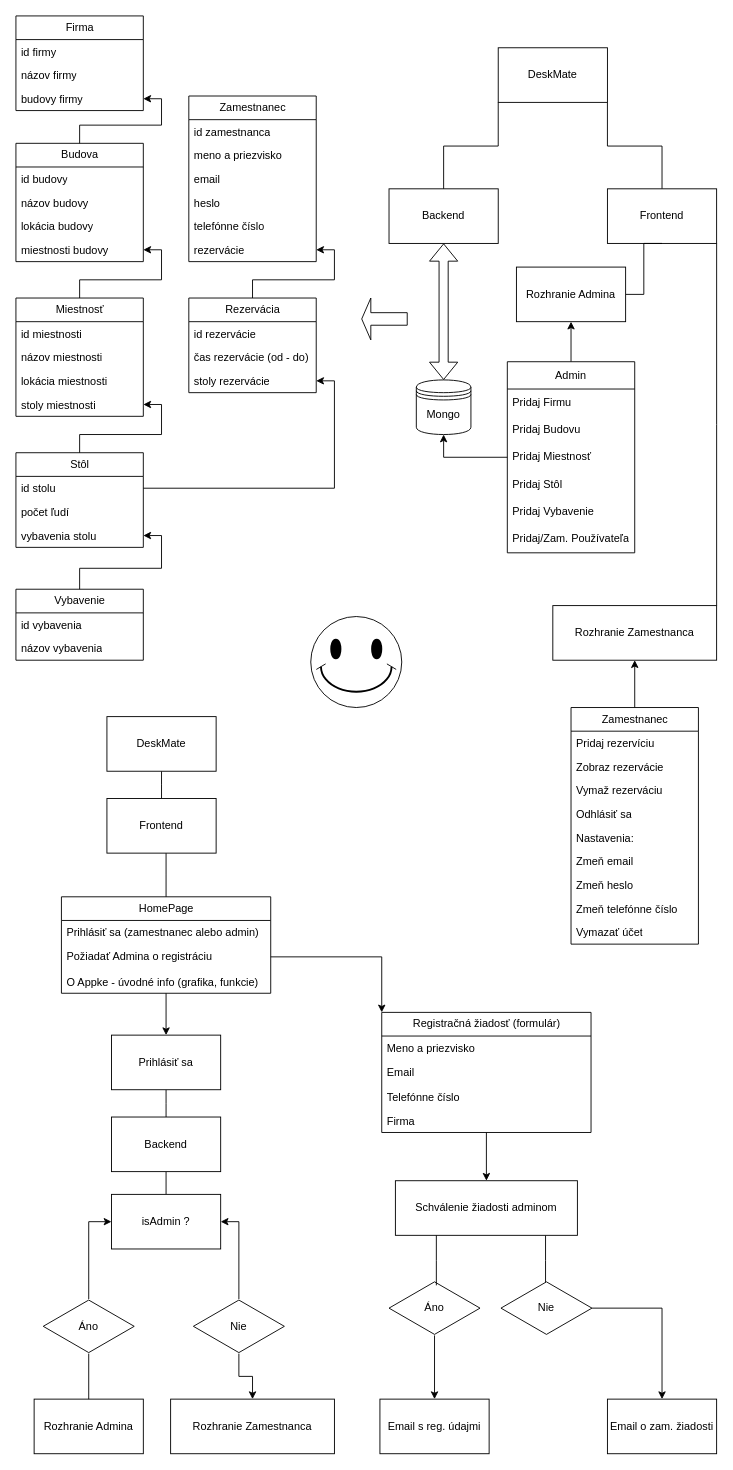
This is DeskMate.drawio from petocjshtml/DeskMate, a draw.io file, before an edit. Source tidied: cells renumbered, new cells numbered last; positions are measured from the earlier drawing's top-left corner, leaving out a move shared by most shapes. Both pictures are drawn from the tidied source at 91%, with x=0, y=0 at pixel (15, 15).
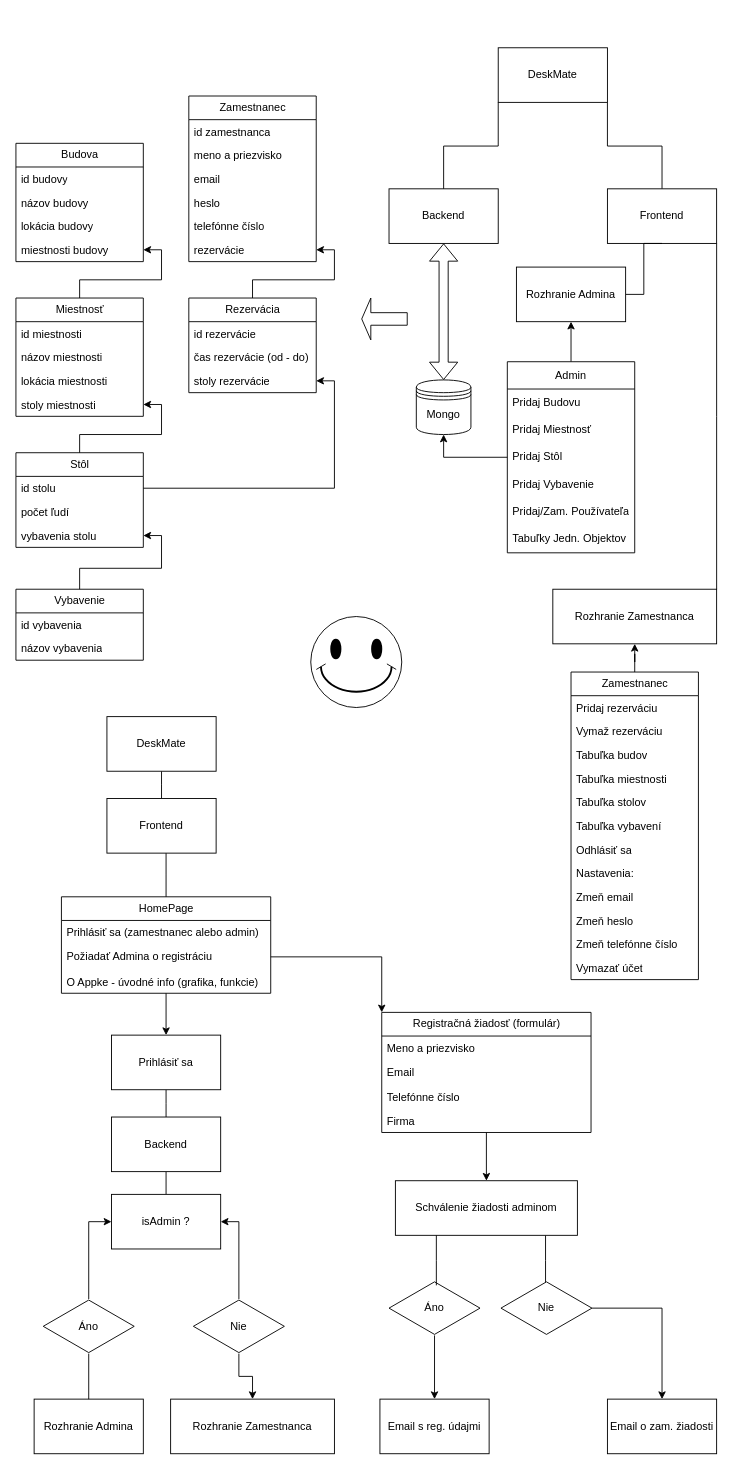
Above is the later version.

Commit message:
Update DeskMate.drawio (odstránenie firmy, pridanie tabuliek))

The change refers to these unchanged cells:
```xml
<mxCell id="4" value="Admin" style="swimlane;fontStyle=0;horizontal=1;startSize=30;whiteSpace=wrap;html=1;" parent="1" vertex="1">
  <mxGeometry x="540" y="380" width="140" height="210" as="geometry" />
</mxCell>
<mxCell id="25" value="Budova" style="swimlane;fontStyle=0;horizontal=1;startSize=26;fillColor=none;html=1;" parent="1" vertex="1">
  <mxGeometry y="140" width="140" height="130" as="geometry" />
</mxCell>
```

What changed in the source:
```diff
@@
-    <mxCell id="5" value="Pridaj Firmu" style="text;strokeColor=none;fillColor=none;align=left;verticalAlign=middle;spacingLeft=4;spacingRight=4;overflow=hidden;whiteSpace=wrap;html=1;" parent="4" vertex="1">
-      <mxGeometry y="30" width="140" height="30" as="geometry" />
-    </mxCell>
     <mxCell id="6" value="Pridaj Budovu&amp;nbsp;" style="text;strokeColor=none;fillColor=none;align=left;verticalAlign=middle;spacingLeft=4;spacingRight=4;overflow=hidden;whiteSpace=wrap;html=1;" parent="4" vertex="1">
-      <mxGeometry y="60" width="140" height="30" as="geometry" />
+      <mxGeometry y="30" width="140" height="30" as="geometry" />
     </mxCell>
     <mxCell id="7" value="Pridaj Miestnosť" style="text;strokeColor=none;fillColor=none;align=left;verticalAlign=middle;spacingLeft=4;spacingRight=4;overflow=hidden;whiteSpace=wrap;html=1;" parent="4" vertex="1">
-      <mxGeometry y="90" width="140" height="30" as="geometry" />
+      <mxGeometry y="60" width="140" height="30" as="geometry" />
     </mxCell>
     <mxCell id="8" value="Pridaj Stôl" style="text;strokeColor=none;fillColor=none;align=left;verticalAlign=middle;spacingLeft=4;spacingRight=4;overflow=hidden;whiteSpace=wrap;html=1;" parent="4" vertex="1">
-      <mxGeometry y="120" width="140" height="30" as="geometry" />
+      <mxGeometry y="90" width="140" height="30" as="geometry" />
     </mxCell>
     <mxCell id="9" value="Pridaj Vybavenie" style="text;strokeColor=none;fillColor=none;align=left;verticalAlign=middle;spacingLeft=4;spacingRight=4;overflow=hidden;whiteSpace=wrap;html=1;" parent="4" vertex="1">
-      <mxGeometry y="150" width="140" height="30" as="geometry" />
+      <mxGeometry y="120" width="140" height="30" as="geometry" />
     </mxCell>
     <mxCell id="10" value="Pridaj/Zam. Používateľa" style="text;strokeColor=none;fillColor=none;align=left;verticalAlign=middle;spacingLeft=4;spacingRight=4;overflow=hidden;whiteSpace=wrap;html=1;" parent="4" vertex="1">
-      <mxGeometry y="180" width="140" height="30" as="geometry" />
+      <mxGeometry y="150" width="140" height="30" as="geometry" />
     </mxCell>
+    <mxCell id="123" value="Tabuľky Jedn. Objektov" style="text;strokeColor=none;fillColor=none;align=left;verticalAlign=middle;spacingLeft=4;spacingRight=4;overflow=hidden;whiteSpace=wrap;html=1;" parent="4" vertex="1">
+      <mxGeometry y="180" width="140" height="30" as="geometry" />
+    </mxCell>
@@
-    <mxCell id="23" value="Firma" style="swimlane;fontStyle=0;horizontal=1;startSize=26;fillColor=none;html=1;" parent="1" vertex="1">
-      <mxGeometry width="140" height="104" as="geometry" />
-    </mxCell>
-    <mxCell id="24" style="edgeStyle=orthogonalEdgeStyle;rounded=0;jettySize=auto;html=1;" parent="1" edge="1" source="25" target="37">
-      <mxGeometry relative="1" as="geometry" />
-    </mxCell>
@@
-    <mxCell id="35" value="id firmy" style="text;strokeColor=none;fillColor=none;align=left;verticalAlign=top;spacingLeft=4;spacingRight=4;overflow=hidden;whiteSpace=wrap;html=1;" parent="1" vertex="1">
-      <mxGeometry y="26" width="140" height="26" as="geometry" />
-    </mxCell>
-    <mxCell id="36" value="názov firmy" style="text;strokeColor=none;fillColor=none;align=left;verticalAlign=top;spacingLeft=4;spacingRight=4;overflow=hidden;whiteSpace=wrap;html=1;" parent="1" vertex="1">
-      <mxGeometry y="52" width="140" height="26" as="geometry" />
-    </mxCell>
-    <mxCell id="37" value="budovy firmy" style="text;strokeColor=none;fillColor=none;align=left;verticalAlign=top;spacingLeft=4;spacingRight=4;overflow=hidden;points=[[0,0.5],[1,0.5]];portConstraint=eastwest;whiteSpace=wrap;html=1;" parent="1" vertex="1">
-      <mxGeometry y="78" width="140" height="26" as="geometry" />
-    </mxCell>
@@
     <mxCell id="64" value="Rozhranie Zamestnanca" style="whiteSpace=wrap;html=1;align=center;newEdgeStyle={&quot;edgeStyle&quot;:&quot;elbowEdgeStyle&quot;,&quot;startArrow&quot;:&quot;none&quot;,&quot;endArrow&quot;:&quot;none&quot;};" parent="1" vertex="1">
-      <mxGeometry x="590" y="648" width="180" height="60" as="geometry" />
+      <mxGeometry x="590" y="630" width="180" height="60" as="geometry" />
     </mxCell>
@@
     <mxCell id="71" value="Zamestnanec" style="swimlane;fontStyle=0;horizontal=1;startSize=26;fillColor=none;html=1;" parent="1" vertex="1">
-      <mxGeometry x="610" y="760" width="140" height="260" as="geometry" />
+      <mxGeometry x="610" y="721" width="140" height="338" as="geometry" />
     </mxCell>
-    <mxCell id="72" value="Pridaj rezervíciu" style="text;strokeColor=none;fillColor=none;align=left;verticalAlign=top;spacingLeft=4;spacingRight=4;overflow=hidden;whiteSpace=wrap;html=1;" parent="71" vertex="1">
+    <mxCell id="72" value="Pridaj rezerváciu" style="text;strokeColor=none;fillColor=none;align=left;verticalAlign=top;spacingLeft=4;spacingRight=4;overflow=hidden;whiteSpace=wrap;html=1;" parent="71" vertex="1">
       <mxGeometry y="26" width="140" height="26" as="geometry" />
     </mxCell>
+    <mxCell id="74" value="Vymaž rezerváciu" style="text;strokeColor=none;fillColor=none;align=left;verticalAlign=top;spacingLeft=4;spacingRight=4;overflow=hidden;whiteSpace=wrap;html=1;" parent="71" vertex="1">
+      <mxGeometry y="52" width="140" height="26" as="geometry" />
+    </mxCell>
-    <mxCell id="73" value="Zobraz rezervácie" style="text;strokeColor=none;fillColor=none;align=left;verticalAlign=top;spacingLeft=4;spacingRight=4;overflow=hidden;whiteSpace=wrap;html=1;" parent="71" vertex="1">
-      <mxGeometry y="52" width="140" height="26" as="geometry" />
+    <mxCell id="73" value="Tabuľka budov" style="text;strokeColor=none;fillColor=none;align=left;verticalAlign=top;spacingLeft=4;spacingRight=4;overflow=hidden;whiteSpace=wrap;html=1;" parent="71" vertex="1">
+      <mxGeometry y="78" width="140" height="26" as="geometry" />
     </mxCell>
-    <mxCell id="74" value="Vymaž rezerváciu" style="text;strokeColor=none;fillColor=none;align=left;verticalAlign=top;spacingLeft=4;spacingRight=4;overflow=hidden;whiteSpace=wrap;html=1;" parent="71" vertex="1">
-      <mxGeometry y="78" width="140" height="26" as="geometry" />
-    </mxCell>
+    <mxCell id="124" value="Tabuľka miestnosti" style="text;strokeColor=none;fillColor=none;align=left;verticalAlign=top;spacingLeft=4;spacingRight=4;overflow=hidden;whiteSpace=wrap;html=1;" parent="71" vertex="1">
+      <mxGeometry y="104" width="140" height="26" as="geometry" />
+    </mxCell>
+    <mxCell id="125" value="Tabuľka stolov" style="text;strokeColor=none;fillColor=none;align=left;verticalAlign=top;spacingLeft=4;spacingRight=4;overflow=hidden;whiteSpace=wrap;html=1;" parent="71" vertex="1">
+      <mxGeometry y="130" width="140" height="26" as="geometry" />
+    </mxCell>
+    <mxCell id="126" value="Tabuľka vybavení" style="text;strokeColor=none;fillColor=none;align=left;verticalAlign=top;spacingLeft=4;spacingRight=4;overflow=hidden;whiteSpace=wrap;html=1;" parent="71" vertex="1">
+      <mxGeometry y="156" width="140" height="26" as="geometry" />
+    </mxCell>
     <mxCell id="75" value="Odhlásiť sa" style="text;strokeColor=none;fillColor=none;align=left;verticalAlign=top;spacingLeft=4;spacingRight=4;overflow=hidden;whiteSpace=wrap;html=1;" parent="71" vertex="1">
-      <mxGeometry y="104" width="140" height="26" as="geometry" />
+      <mxGeometry y="182" width="140" height="26" as="geometry" />
     </mxCell>
     <mxCell id="76" value="Nastavenia:" style="text;strokeColor=none;fillColor=none;align=left;verticalAlign=top;spacingLeft=4;spacingRight=4;overflow=hidden;whiteSpace=wrap;html=1;" parent="71" vertex="1">
-      <mxGeometry y="130" width="140" height="26" as="geometry" />
+      <mxGeometry y="208" width="140" height="26" as="geometry" />
     </mxCell>
     <mxCell id="77" value="Zmeň email" style="text;strokeColor=none;fillColor=none;align=left;verticalAlign=top;spacingLeft=4;spacingRight=4;overflow=hidden;whiteSpace=wrap;html=1;" parent="71" vertex="1">
-      <mxGeometry y="156" width="140" height="26" as="geometry" />
+      <mxGeometry y="234" width="140" height="26" as="geometry" />
     </mxCell>
     <mxCell id="78" value="Zmeň heslo" style="text;strokeColor=none;fillColor=none;align=left;verticalAlign=top;spacingLeft=4;spacingRight=4;overflow=hidden;whiteSpace=wrap;html=1;" parent="71" vertex="1">
-      <mxGeometry y="182" width="140" height="26" as="geometry" />
+      <mxGeometry y="260" width="140" height="26" as="geometry" />
     </mxCell>
     <mxCell id="79" value="Zmeň telefónne číslo" style="text;strokeColor=none;fillColor=none;align=left;verticalAlign=top;spacingLeft=4;spacingRight=4;overflow=hidden;whiteSpace=wrap;html=1;" parent="71" vertex="1">
-      <mxGeometry y="208" width="140" height="26" as="geometry" />
+      <mxGeometry y="286" width="140" height="26" as="geometry" />
     </mxCell>
     <mxCell id="80" value="Vymazať účet" style="text;strokeColor=none;fillColor=none;align=left;verticalAlign=top;spacingLeft=4;spacingRight=4;overflow=hidden;whiteSpace=wrap;html=1;" parent="71" vertex="1">
-      <mxGeometry y="234" width="140" height="26" as="geometry" />
+      <mxGeometry y="312" width="140" height="26" as="geometry" />
     </mxCell>
```
